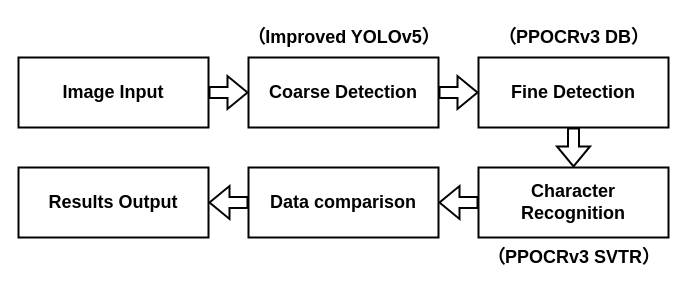
Earlier version of the draw.io diagram 未命名绘图.drawio (HaoyuScut/PaddleOCR). Source tidied: cells renumbered, new cells numbered last; positions are measured from the earlier drawing's top-left corner, leaving out a move shared by most shapes. Both pictures are drawn from the tidied source at 100%, with x=0, y=0 at pixel (18, 17).
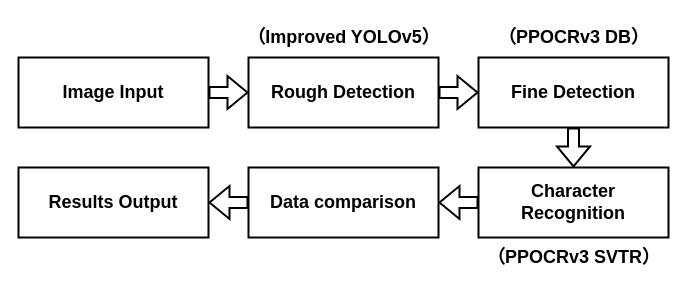
The same page after the edit.

What changed in the source:
```diff
@@
 <mxGraphModel>
   <root>
     <mxCell id="0" />
     <mxCell id="1" parent="0" />
     <mxCell id="2" value="&lt;font style=&quot;font-size: 18px;&quot;&gt;Image Input&lt;/font&gt;" style="rounded=0;whiteSpace=wrap;html=1;fontStyle=1;strokeWidth=2;" parent="1" vertex="1">
       <mxGeometry y="40" width="190" height="70" as="geometry" />
     </mxCell>
-    <mxCell id="3" value="&lt;span lang=&quot;EN-US&quot;&gt;&lt;font style=&quot;font-size: 18px;&quot;&gt;Coarse Detection&lt;/font&gt;&lt;/span&gt;" style="rounded=0;whiteSpace=wrap;html=1;fontStyle=1;strokeWidth=2;" parent="1" vertex="1">
+    <mxCell id="3" value="&lt;span lang=&quot;EN-US&quot;&gt;&lt;font style=&quot;font-size: 18px;&quot;&gt;Rough Detection&lt;/font&gt;&lt;/span&gt;" style="rounded=0;whiteSpace=wrap;html=1;fontStyle=1;strokeWidth=2;" parent="1" vertex="1">
       <mxGeometry x="230" y="40" width="190" height="70" as="geometry" />
     </mxCell>
     <mxCell id="4" style="shape=flexArrow;endArrow=classic;html=1;rounded=0;fontSize=18;entryX=0;entryY=0.5;entryDx=0;entryDy=0;exitX=1;exitY=0.5;exitDx=0;exitDy=0;fontStyle=1;strokeWidth=2;" parent="1" edge="1" source="2" target="3">
       <mxGeometry relative="1" as="geometry" />
     </mxCell>
     <mxCell id="5" value="（Improved YOLOv5）" style="text;html=1;align=center;verticalAlign=middle;strokeColor=none;fillColor=none;fontSize=18;fontStyle=1;strokeWidth=2;" parent="1" vertex="1">
       <mxGeometry x="215" width="220" height="40" as="geometry" />
     </mxCell>
     <mxCell id="6" style="shape=flexArrow;endArrow=classic;html=1;rounded=0;fontSize=18;exitX=1;exitY=0.5;exitDx=0;exitDy=0;entryX=0;entryY=0.5;entryDx=0;entryDy=0;fontStyle=1;strokeWidth=2;" parent="1" edge="1" source="3" target="7">
       <mxGeometry relative="1" as="geometry" />
     </mxCell>
     <mxCell id="7" value="&lt;span style=&quot;font-size: 18px;&quot; lang=&quot;EN-US&quot;&gt;Fine Detection&lt;/span&gt;" style="rounded=0;whiteSpace=wrap;html=1;fontStyle=1;strokeWidth=2;" parent="1" vertex="1">
       <mxGeometry x="460" y="40" width="190" height="70" as="geometry" />
     </mxCell>
     <mxCell id="8" value="（PPOCRv3&amp;nbsp;DB）" style="text;html=1;align=center;verticalAlign=middle;strokeColor=none;fillColor=none;fontSize=18;fontStyle=1;strokeWidth=2;" parent="1" vertex="1">
       <mxGeometry x="470" width="170" height="40" as="geometry" />
     </mxCell>
     <mxCell id="9" value="&lt;font style=&quot;font-size: 18px;&quot;&gt;Character Recognition&lt;/font&gt;" style="rounded=0;whiteSpace=wrap;html=1;fontStyle=1;strokeWidth=2;" parent="1" vertex="1">
       <mxGeometry x="460" y="150" width="190" height="70" as="geometry" />
     </mxCell>
     <mxCell id="10" value="（PPOCRv3 SVTR）" style="text;html=1;align=center;verticalAlign=middle;strokeColor=none;fillColor=none;fontSize=18;fontStyle=1;strokeWidth=2;" parent="1" vertex="1">
       <mxGeometry x="455" y="220" width="200" height="40" as="geometry" />
     </mxCell>
     <mxCell id="11" style="shape=flexArrow;endArrow=classic;html=1;rounded=0;fontSize=18;exitX=0.5;exitY=1;exitDx=0;exitDy=0;entryX=0.5;entryY=0;entryDx=0;entryDy=0;fontStyle=1;strokeWidth=2;" parent="1" edge="1" source="7" target="9">
       <mxGeometry relative="1" as="geometry" />
     </mxCell>
     <mxCell id="12" style="shape=flexArrow;endArrow=classic;html=1;rounded=0;fontSize=18;exitX=0;exitY=0.5;exitDx=0;exitDy=0;entryX=1;entryY=0.5;entryDx=0;entryDy=0;fontStyle=1;strokeWidth=2;" parent="1" edge="1" source="9" target="13">
       <mxGeometry relative="1" as="geometry" />
     </mxCell>
     <mxCell id="13" value="&lt;font style=&quot;font-size: 18px;&quot;&gt;Data comparison&lt;/font&gt;" style="rounded=0;whiteSpace=wrap;html=1;fontStyle=1;strokeWidth=2;" parent="1" vertex="1">
       <mxGeometry x="230" y="150" width="190" height="70" as="geometry" />
     </mxCell>
     <mxCell id="14" value="&lt;font style=&quot;font-size: 18px;&quot;&gt;Results Output&lt;/font&gt;" style="rounded=0;whiteSpace=wrap;html=1;fontStyle=1;strokeWidth=2;" parent="1" vertex="1">
       <mxGeometry y="150" width="190" height="70" as="geometry" />
     </mxCell>
     <mxCell id="15" style="shape=flexArrow;endArrow=classic;html=1;rounded=0;fontSize=18;exitX=0;exitY=0.5;exitDx=0;exitDy=0;entryX=1;entryY=0.5;entryDx=0;entryDy=0;fontStyle=1;strokeWidth=2;" parent="1" edge="1" source="13" target="14">
       <mxGeometry relative="1" as="geometry" />
     </mxCell>
   </root>
 </mxGraphModel>
```
